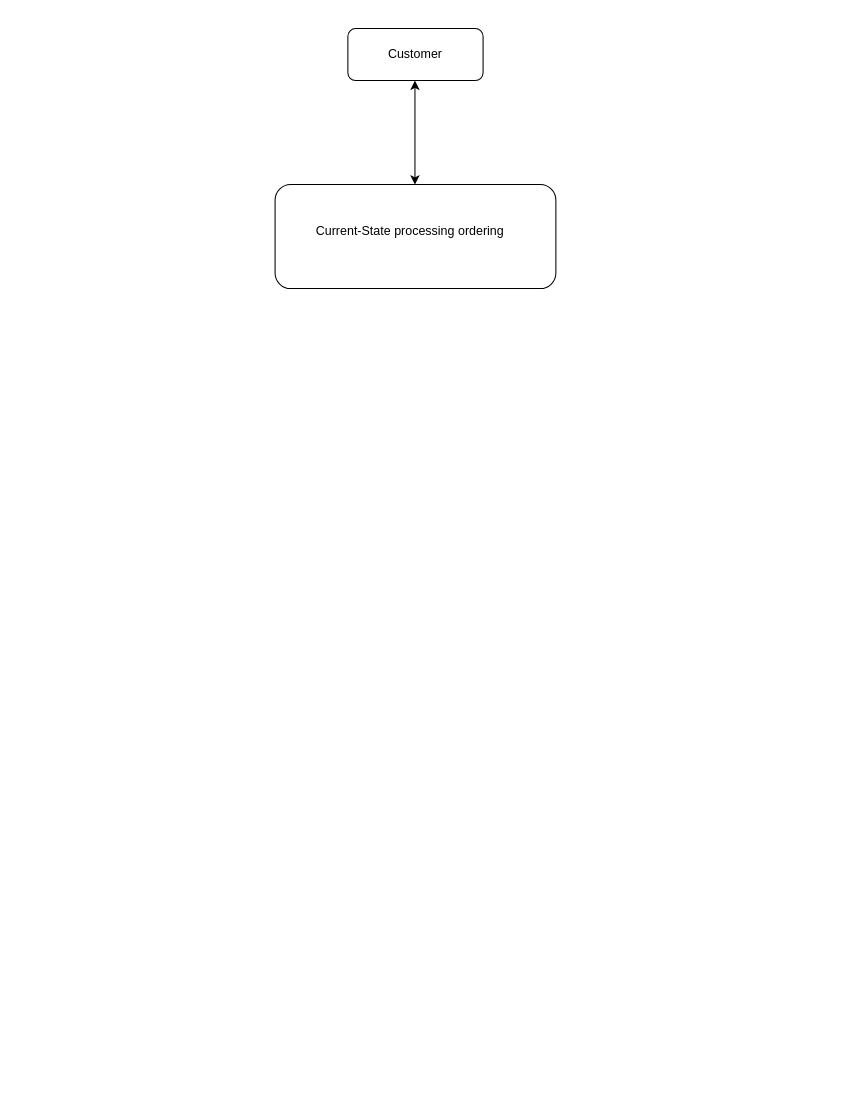
Before: Untitled Diagram.drawio in TipperChristopher/.github.io.matahi, a draw.io diagram. Source tidied: cells renumbered, new cells numbered last; positions are measured from the earlier drawing's top-left corner, leaving out a move shared by most shapes. Both pictures are drawn from the tidied source at 104%, with x=0, y=0 at pixel (275, 28).
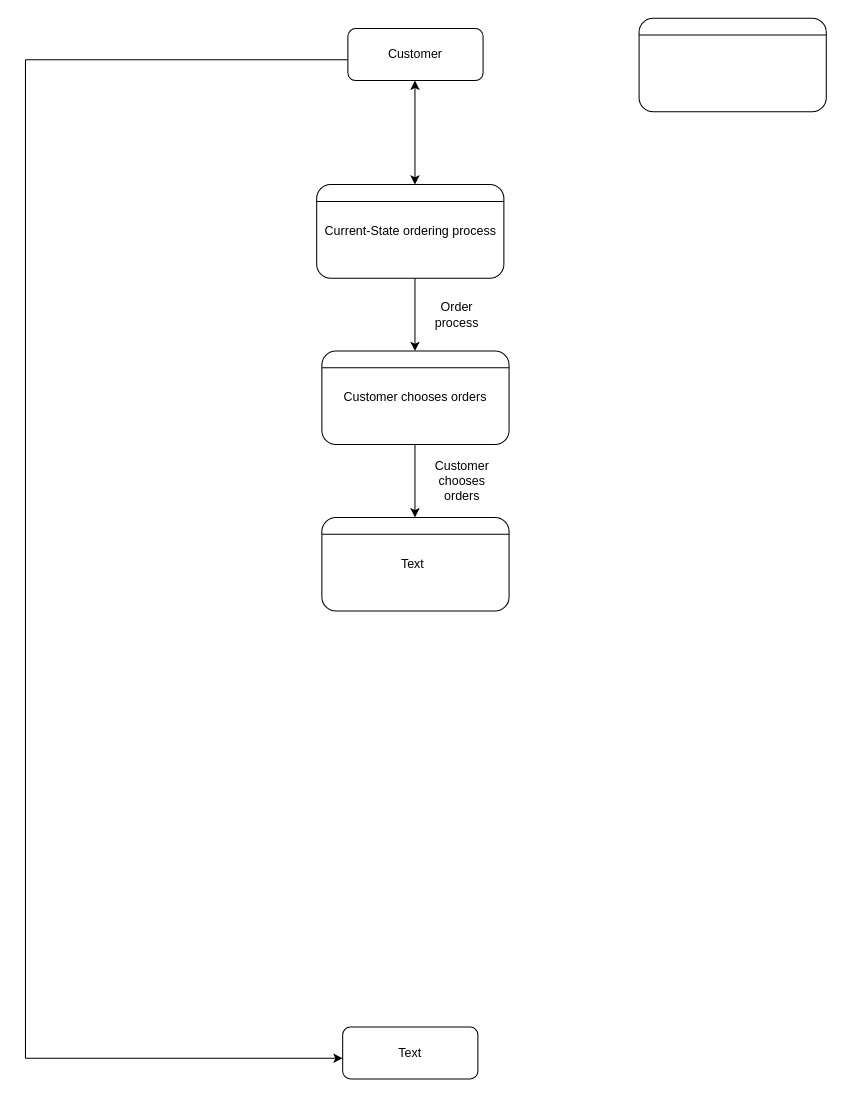
The same page after the edit.

The edit, as a diff of the source:
```diff
@@
     <mxCell id="5" style="rounded=1;whiteSpace=wrap;html=1;" parent="1" vertex="1">
-      <mxGeometry y="150" width="270" height="100" as="geometry" />
+      <mxGeometry x="40" y="150" width="180" height="90" as="geometry" />
     </mxCell>
-    <mxCell id="6" value="Current-State processing ordering" style="text;html=1;strokeColor=none;fillColor=none;align=center;verticalAlign=middle;whiteSpace=wrap;rounded=0;" parent="1" vertex="1">
-      <mxGeometry x="10" y="180" width="240" height="30" as="geometry" />
+    <mxCell id="6" value="Current-State ordering process" style="text;html=1;strokeColor=none;fillColor=none;align=center;verticalAlign=middle;whiteSpace=wrap;rounded=0;" parent="1" vertex="1">
+      <mxGeometry x="17.5" y="180" width="225" height="30" as="geometry" />
     </mxCell>
+    <mxCell id="7" style="endArrow=classic;html=1;rounded=0;" parent="1" edge="1">
+      <mxGeometry relative="1" as="geometry">
+        <mxPoint x="134.5" y="240" as="sourcePoint" />
+        <mxPoint x="134.5" y="310" as="targetPoint" />
+      </mxGeometry>
+    </mxCell>
+    <mxCell id="8" style="endArrow=none;html=1;rounded=0;entryX=1;entryY=0.18;entryDx=0;entryDy=0;exitX=0;exitY=0.18;exitDx=0;exitDy=0;exitPerimeter=0;entryPerimeter=0;" parent="1" edge="1" source="5" target="5">
+      <mxGeometry relative="1" as="geometry" />
+    </mxCell>
+    <mxCell id="9" style="endArrow=none;html=1;rounded=0;" parent="1" edge="1">
+      <mxGeometry relative="1" as="geometry">
+        <mxPoint x="-240" y="30" as="sourcePoint" />
+        <mxPoint x="70" y="30" as="targetPoint" />
+      </mxGeometry>
+    </mxCell>
+    <mxCell id="10" style="rounded=1;whiteSpace=wrap;html=1;" parent="1" vertex="1">
+      <mxGeometry x="45" y="310" width="180" height="90" as="geometry" />
+    </mxCell>
+    <mxCell id="11" style="endArrow=none;html=1;rounded=0;entryX=1;entryY=0.18;entryDx=0;entryDy=0;exitX=0;exitY=0.18;exitDx=0;exitDy=0;exitPerimeter=0;entryPerimeter=0;" parent="1" edge="1" source="10" target="10">
+      <mxGeometry relative="1" as="geometry" />
+    </mxCell>
+    <mxCell id="12" style="rounded=1;whiteSpace=wrap;html=1;" parent="1" vertex="1">
+      <mxGeometry x="350" y="-10" width="180" height="90" as="geometry" />
+    </mxCell>
+    <mxCell id="13" style="endArrow=none;html=1;rounded=0;entryX=1;entryY=0.18;entryDx=0;entryDy=0;exitX=0;exitY=0.18;exitDx=0;exitDy=0;exitPerimeter=0;entryPerimeter=0;" parent="1" edge="1" source="12" target="12">
+      <mxGeometry relative="1" as="geometry" />
+    </mxCell>
+    <mxCell id="14" style="endArrow=none;html=1;rounded=0;" parent="1" edge="1">
+      <mxGeometry relative="1" as="geometry">
+        <mxPoint x="-240" y="30" as="sourcePoint" />
+        <mxPoint x="-240" y="990" as="targetPoint" />
+      </mxGeometry>
+    </mxCell>
+    <mxCell id="15" style="endArrow=classic;html=1;rounded=0;" parent="1" edge="1">
+      <mxGeometry relative="1" as="geometry">
+        <mxPoint x="-240" y="990" as="sourcePoint" />
+        <mxPoint x="65" y="990" as="targetPoint" />
+      </mxGeometry>
+    </mxCell>
+    <mxCell id="16" style="rounded=1;whiteSpace=wrap;html=1;" parent="1" vertex="1">
+      <mxGeometry x="65" y="960" width="130" height="50" as="geometry" />
+    </mxCell>
+    <mxCell id="17" value="Customer chooses orders" style="text;html=1;strokeColor=none;fillColor=none;align=center;verticalAlign=middle;whiteSpace=wrap;rounded=0;" parent="1" vertex="1">
+      <mxGeometry x="50" y="340" width="170" height="30" as="geometry" />
+    </mxCell>
+    <mxCell id="18" value="Order process" style="text;html=1;strokeColor=none;fillColor=none;align=center;verticalAlign=middle;whiteSpace=wrap;rounded=0;" parent="1" vertex="1">
+      <mxGeometry x="145" y="260" width="60" height="30" as="geometry" />
+    </mxCell>
+    <mxCell id="19" style="rounded=1;whiteSpace=wrap;html=1;" parent="1" vertex="1">
+      <mxGeometry x="45" y="470" width="180" height="90" as="geometry" />
+    </mxCell>
+    <mxCell id="20" style="endArrow=none;html=1;rounded=0;entryX=1;entryY=0.18;entryDx=0;entryDy=0;exitX=0;exitY=0.18;exitDx=0;exitDy=0;exitPerimeter=0;entryPerimeter=0;" parent="1" edge="1" source="19" target="19">
+      <mxGeometry relative="1" as="geometry" />
+    </mxCell>
+    <mxCell id="21" style="endArrow=classic;html=1;rounded=0;" parent="1" edge="1">
+      <mxGeometry relative="1" as="geometry">
+        <mxPoint x="134.5" y="400" as="sourcePoint" />
+        <mxPoint x="134.5" y="470" as="targetPoint" />
+      </mxGeometry>
+    </mxCell>
+    <mxCell id="22" value="Customer chooses orders" style="text;html=1;strokeColor=none;fillColor=none;align=center;verticalAlign=middle;whiteSpace=wrap;rounded=0;" parent="1" vertex="1">
+      <mxGeometry x="150" y="420" width="60" height="30" as="geometry" />
+    </mxCell>
+    <mxCell id="23" value="Text" style="text;html=1;strokeColor=none;fillColor=none;align=center;verticalAlign=middle;whiteSpace=wrap;rounded=0;" parent="1" vertex="1">
+      <mxGeometry x="45" y="500" width="175" height="30" as="geometry" />
+    </mxCell>
+    <mxCell id="24" value="Text" style="text;html=1;strokeColor=none;fillColor=none;align=center;verticalAlign=middle;whiteSpace=wrap;rounded=0;" parent="1" vertex="1">
+      <mxGeometry x="100" y="970" width="60" height="30" as="geometry" />
+    </mxCell>
```
